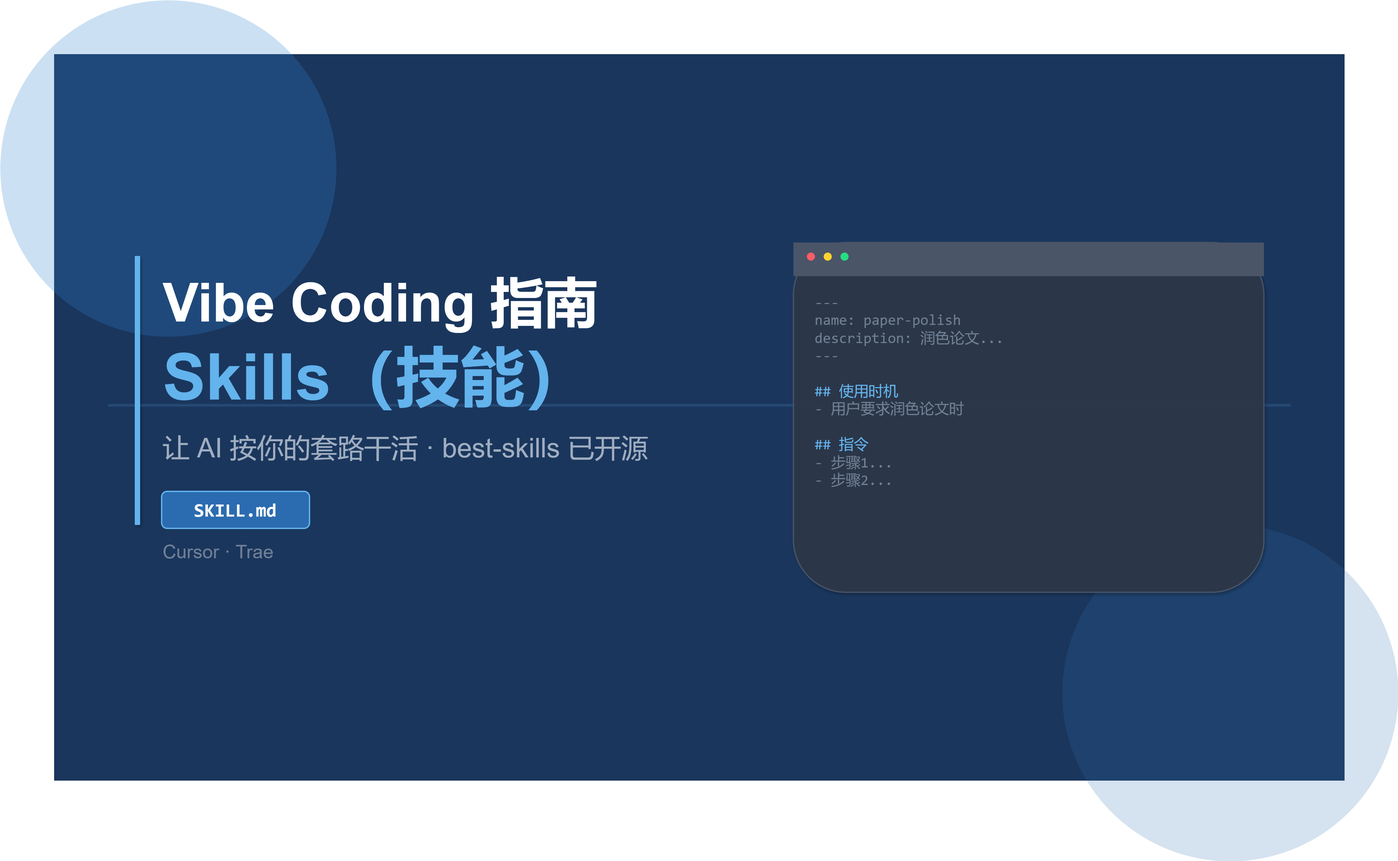
Before: preview/16to9_cover.drawio.png, a diagram exported from draw.io (xstongxue/best-skills). Source tidied: cells renumbered, new cells last; positions are measured from the earlier drawing's top-left corner, leaving out a move shared by most shapes.
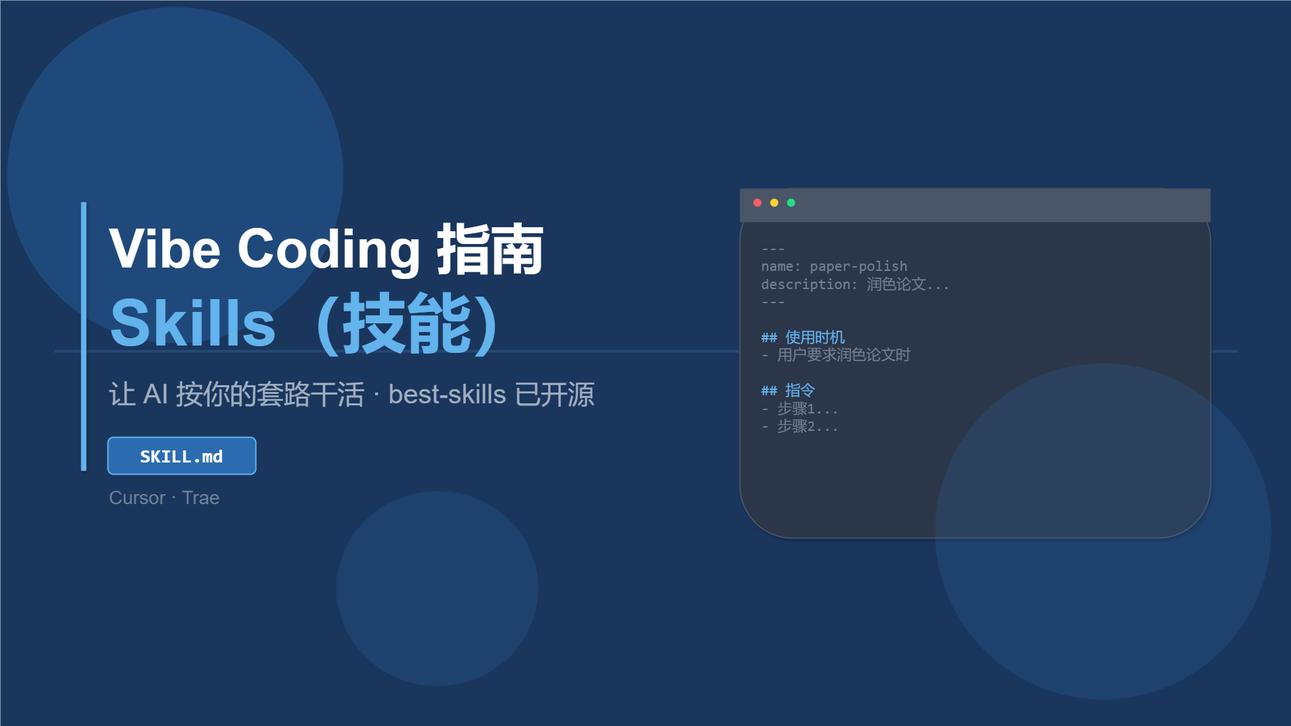
The same file after the commit.

Change to the diagram source:
```diff
@@ -6,11 +6,8 @@
       <mxGeometry x="80" y="80" width="1920" height="1080" as="geometry" />
     </mxCell>
     <mxCell id="3" style="ellipse;whiteSpace=wrap;html=1;fillColor=#3182ce;opacity=25;strokeColor=none;" parent="1" vertex="1">
-      <mxGeometry width="500" height="500" as="geometry" />
+      <mxGeometry x="90" y="90" width="500" height="500" as="geometry" />
     </mxCell>
-    <mxCell id="4" style="ellipse;whiteSpace=wrap;html=1;fillColor=#2b6cb0;opacity=20;strokeColor=none;" parent="1" vertex="1">
-      <mxGeometry x="1580" y="780" width="500" height="500" as="geometry" />
-    </mxCell>
     <mxCell id="5" style="rounded=1;whiteSpace=wrap;html=1;fillColor=#63b3ed;strokeColor=none;opacity=15;" parent="1" vertex="1">
       <mxGeometry x="160" y="600" width="1760" height="4" as="geometry" />
     </mxCell>
@@ -50,5 +47,11 @@
     <mxCell id="17" value="&lt;font face=&quot;Consolas&quot; style=&quot;font-size: 22px&quot;&gt;&lt;font color=&quot;#718096&quot;&gt;---&lt;br&gt;name: paper-polish&lt;br&gt;description: 润色论文...&lt;br&gt;---&lt;br&gt;&lt;br&gt;&lt;font color=&quot;#63b3ed&quot;&gt;## 使用时机&lt;/font&gt;&lt;br&gt;- 用户要求润色论文时&lt;br&gt;&lt;br&gt;&lt;font color=&quot;#63b3ed&quot;&gt;## 指令&lt;/font&gt;&lt;br&gt;- 步骤1...&lt;br&gt;- 步骤2...&lt;/font&gt;" style="text;html=1;align=left;verticalAlign=top;strokeColor=none;fillColor=none;fontFamily=Consolas;" parent="1" vertex="1">
       <mxGeometry x="1210" y="430" width="640" height="420" as="geometry" />
     </mxCell>
+    <mxCell id="18" style="ellipse;whiteSpace=wrap;html=1;fillColor=#2b6cb0;opacity=20;strokeColor=none;" parent="1" vertex="1">
+      <mxGeometry x="580" y="810" width="300" height="290" as="geometry" />
+    </mxCell>
+    <mxCell id="4" style="ellipse;whiteSpace=wrap;html=1;fillColor=#2b6cb0;opacity=20;strokeColor=none;" parent="1" vertex="1">
+      <mxGeometry x="1470" y="620" width="500" height="500" as="geometry" />
+    </mxCell>
   </root>
 </mxGraphModel>
```
